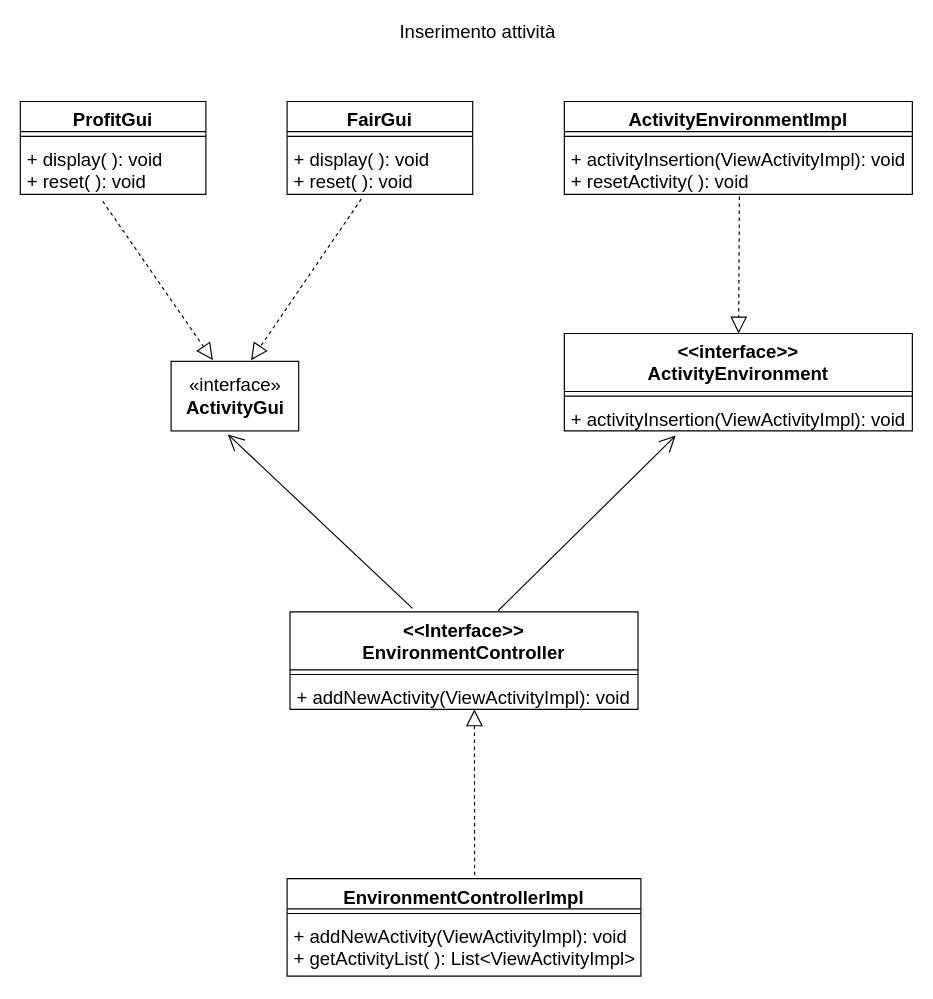
This is page "Page-5" (5 of 6) of Untitled Diagram.drawio from metaphori/students-oop20-liveLand, a draw.io file, before an edit. Source tidied: cells renumbered, new cells numbered last; positions are measured from the earlier drawing's top-left corner, leaving out a move shared by most shapes. Both pictures are drawn from the tidied source at 116%, with x=0, y=0 at pixel (20, 20).
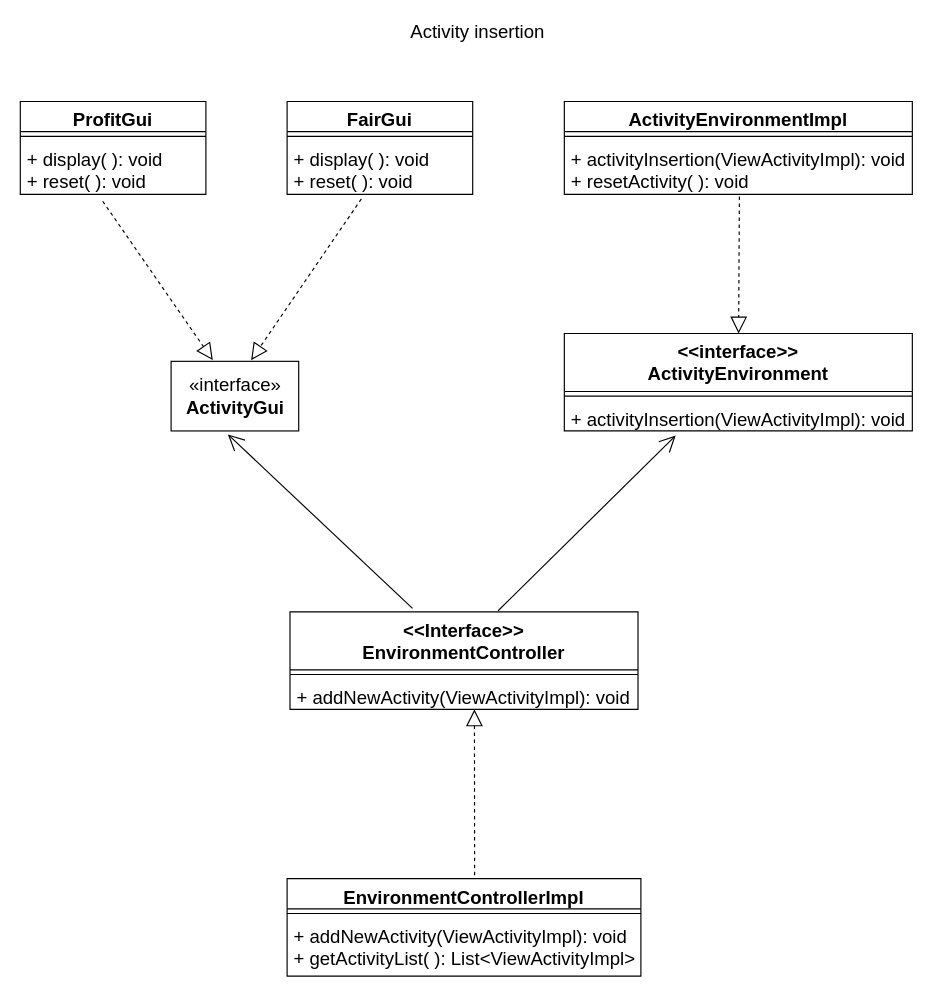
After the change.

Diff of the diagram source:
```diff
@@
-    <mxCell id="2" value="Inserimento attività" style="text;html=1;align=center;verticalAlign=middle;strokeColor=none;fillColor=none;fontSize=16;" parent="1" vertex="1">
-      <mxGeometry x="319" width="150" height="20" as="geometry" />
+    <mxCell id="2" value="Activity insertion" style="text;html=1;align=center;verticalAlign=middle;strokeColor=none;fillColor=none;fontSize=16;" parent="1" vertex="1">
+      <mxGeometry x="329" width="130" height="20" as="geometry" />
     </mxCell>
```
